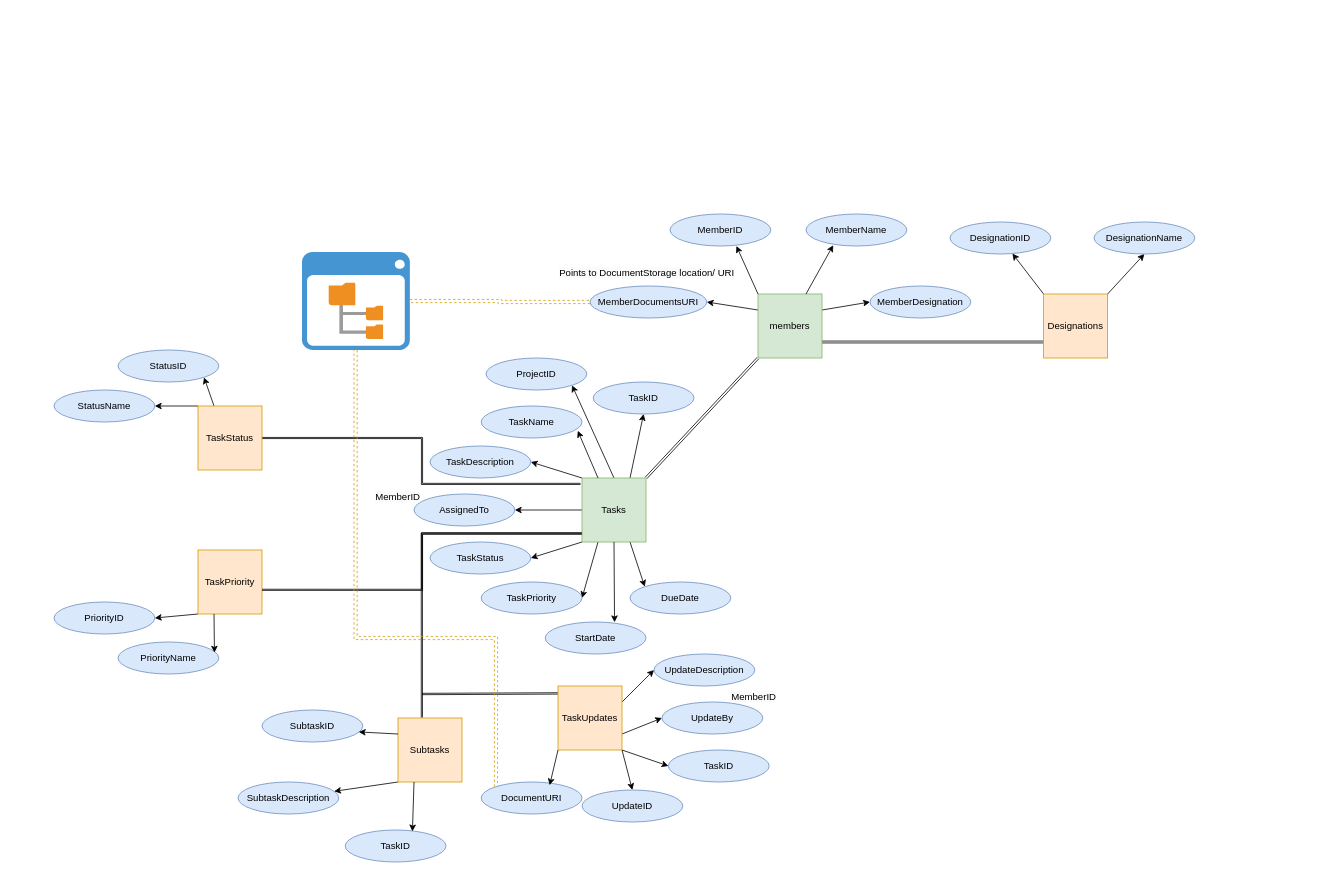
Above: UVERP.drawio in last-brain-cell/draw.io_drawings (draw.io), before the change. Source tidied: cells renumbered, new cells numbered last; positions are measured from the earlier drawing's top-left corner, leaving out a move shared by most shapes. Both pictures are drawn from the tidied source at 80%, with x=0, y=0 at pixel (54, 214).
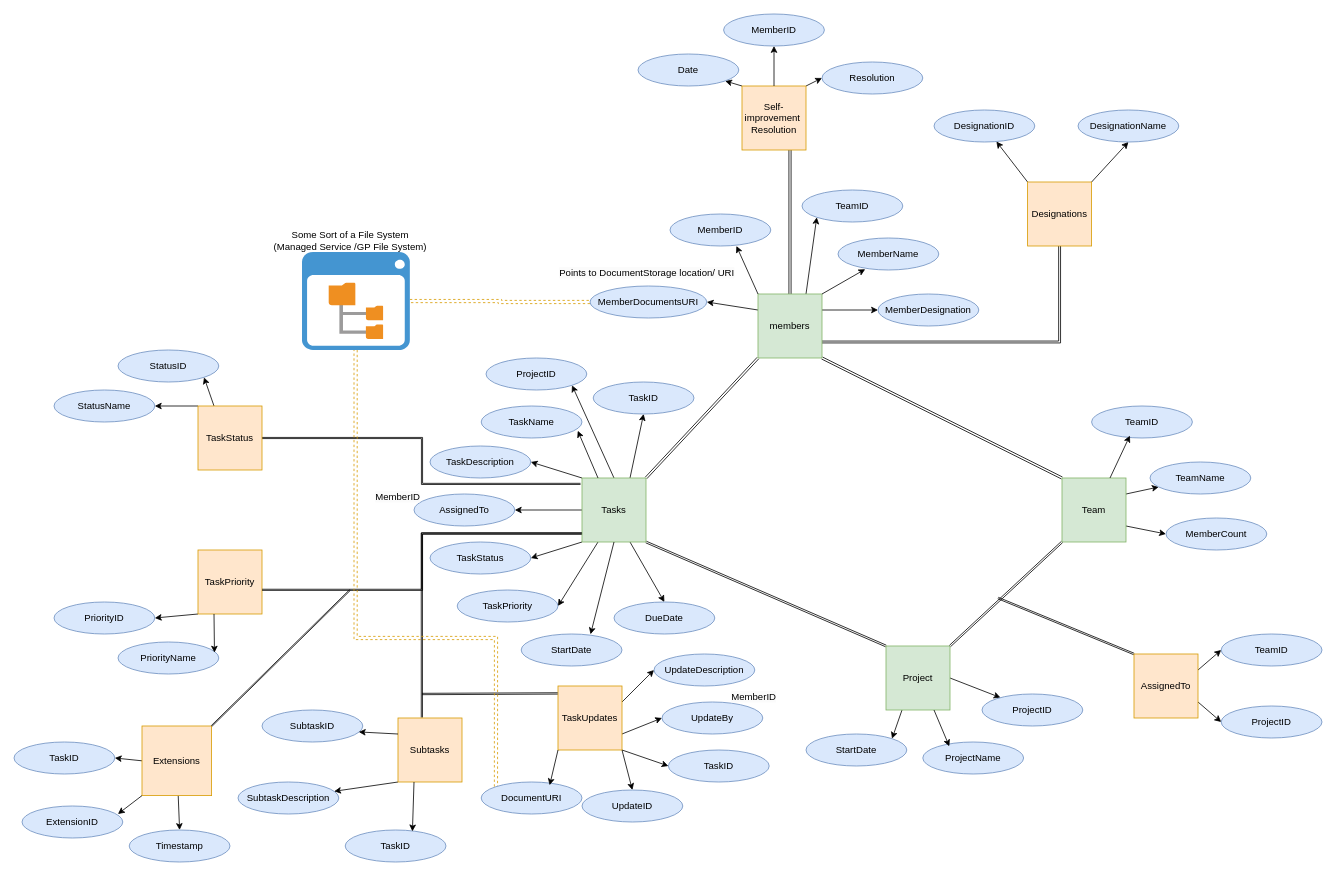
After the change.

The change refers to these unchanged cells:
```xml
<mxCell id="6" value="members" style="whiteSpace=wrap;html=1;fillColor=#d5e8d4;strokeColor=#82b366;" parent="1" vertex="1">
  <mxGeometry x="880" y="100" width="80" height="80" as="geometry" />
</mxCell>
<mxCell id="29" value="Tasks" style="whiteSpace=wrap;html=1;fillColor=#d5e8d4;strokeColor=#82b366;" parent="1" vertex="1">
  <mxGeometry x="660" y="330" width="80" height="80" as="geometry" />
</mxCell>
```

Change to the diagram source:
```diff
@@
-    <mxCell id="4" style="rounded=0;jettySize=auto;html=1;exitX=1;exitY=0.75;exitDx=0;exitDy=0;entryX=0;entryY=0.75;entryDx=0;entryDy=0;shape=link;strokeColor=default;width=2.3809523809523796;" parent="1" edge="1" source="6" target="16">
-      <mxGeometry relative="1" as="geometry" />
+    <mxCell id="4" style="rounded=0;jettySize=auto;html=1;exitX=1;exitY=0.75;exitDx=0;exitDy=0;entryX=0.5;entryY=1;entryDx=0;entryDy=0;shape=link;strokeColor=default;width=2.3809523809523796;edgeStyle=orthogonalEdgeStyle;" parent="1" edge="1" source="6" target="16">
+      <mxGeometry relative="1" as="geometry">
+        <Array as="points">
+          <mxPoint x="1257" y="160" />
+        </Array>
+      </mxGeometry>
     </mxCell>
@@
+    <mxCell id="76" style="edgeStyle=orthogonalEdgeStyle;rounded=0;jettySize=auto;html=1;exitX=0.5;exitY=0;exitDx=0;exitDy=0;entryX=0.75;entryY=1;entryDx=0;entryDy=0;shape=link;width=2.7272727272727266;" parent="1" edge="1" source="6" target="84">
+      <mxGeometry relative="1" as="geometry">
+        <Array as="points">
+          <mxPoint x="920" y="-80" />
+        </Array>
+      </mxGeometry>
+    </mxCell>
+    <mxCell id="77" style="rounded=0;jettySize=auto;html=1;exitX=0.75;exitY=0;exitDx=0;exitDy=0;entryX=0;entryY=1;entryDx=0;entryDy=0;" parent="1" edge="1" source="6" target="115">
+      <mxGeometry relative="1" as="geometry" />
+    </mxCell>
+    <mxCell id="78" style="rounded=0;jettySize=auto;html=1;exitX=1;exitY=1;exitDx=0;exitDy=0;entryX=0;entryY=0;entryDx=0;entryDy=0;shape=link;width=-2.7272727272727275;" parent="1" edge="1" source="6" target="100">
+      <mxGeometry relative="1" as="geometry" />
+    </mxCell>
@@
     <mxCell id="8" value="MemberName" style="ellipse;whiteSpace=wrap;html=1;fillColor=#dae8fc;strokeColor=#6c8ebf;" parent="1" vertex="1">
-      <mxGeometry x="940" width="126" height="40" as="geometry" />
+      <mxGeometry x="980" y="30" width="126" height="40" as="geometry" />
     </mxCell>
     <mxCell id="9" value="MemberDesignation" style="ellipse;whiteSpace=wrap;html=1;fillColor=#dae8fc;strokeColor=#6c8ebf;" parent="1" vertex="1">
-      <mxGeometry x="1020" y="90" width="126" height="40" as="geometry" />
+      <mxGeometry x="1030" y="100" width="126" height="40" as="geometry" />
     </mxCell>
@@
-    <mxCell id="11" value="MemberDocumentsURI" style="ellipse;whiteSpace=wrap;html=1;fillColor=#dae8fc;strokeColor=#6c8ebf;" parent="1" vertex="1">
-      <mxGeometry x="670" y="90" width="146" height="40" as="geometry" />
-    </mxCell>
@@
-    <mxCell id="13" style="rounded=0;jettySize=auto;html=1;exitX=0.75;exitY=0;exitDx=0;exitDy=0;entryX=0.27;entryY=0.975;entryDx=0;entryDy=0;entryPerimeter=0;" parent="1" edge="1" source="6" target="8">
+    <mxCell id="13" style="rounded=0;jettySize=auto;html=1;exitX=1;exitY=0;exitDx=0;exitDy=0;entryX=0.27;entryY=0.975;entryDx=0;entryDy=0;entryPerimeter=0;" parent="1" edge="1" source="6" target="8">
       <mxGeometry relative="1" as="geometry" />
     </mxCell>
@@
     <mxCell id="16" value="Designations" style="whiteSpace=wrap;html=1;fillColor=#ffe6cc;strokeColor=#d79b00;" parent="1" vertex="1">
-      <mxGeometry x="1237" y="100" width="80" height="80" as="geometry" />
+      <mxGeometry x="1217" y="-40" width="80" height="80" as="geometry" />
     </mxCell>
     <mxCell id="17" value="DesignationID" style="ellipse;whiteSpace=wrap;html=1;fillColor=#dae8fc;strokeColor=#6c8ebf;" parent="1" vertex="1">
-      <mxGeometry x="1120" y="10" width="126" height="40" as="geometry" />
+      <mxGeometry x="1100" y="-130" width="126" height="40" as="geometry" />
     </mxCell>
     <mxCell id="18" value="DesignationName" style="ellipse;whiteSpace=wrap;html=1;fillColor=#dae8fc;strokeColor=#6c8ebf;" parent="1" vertex="1">
-      <mxGeometry x="1300" y="10" width="126" height="40" as="geometry" />
+      <mxGeometry x="1280" y="-130" width="126" height="40" as="geometry" />
     </mxCell>
-    <mxCell id="19" value="&lt;span style=&quot;color: rgb(0, 0, 0); font-family: Helvetica; font-size: 12px; font-style: normal; font-variant-ligatures: normal; font-variant-caps: normal; font-weight: 400; letter-spacing: normal; orphans: 2; text-align: center; text-indent: 0px; text-transform: none; widows: 2; word-spacing: 0px; -webkit-text-stroke-width: 0px; white-space: normal; background-color: rgb(251, 251, 251); text-decoration-thickness: initial; text-decoration-style: initial; text-decoration-color: initial; display: inline !important; float: none;&quot;&gt;Points to DocumentStorage location/ URI&lt;/span&gt;" style="text;whiteSpace=wrap;html=1;" parent="1" vertex="1">
-      <mxGeometry x="630" y="60" width="230" height="40" as="geometry" />
-    </mxCell>
@@
-    <mxCell id="26" style="rounded=0;jettySize=auto;html=1;exitX=0.75;exitY=1;exitDx=0;exitDy=0;entryX=0;entryY=0;entryDx=0;entryDy=0;" parent="1" edge="1" source="29" target="36">
+    <mxCell id="26" style="rounded=0;jettySize=auto;html=1;exitX=0.75;exitY=1;exitDx=0;exitDy=0;entryX=0.5;entryY=0;entryDx=0;entryDy=0;" parent="1" edge="1" source="29" target="36">
       <mxGeometry relative="1" as="geometry" />
     </mxCell>
@@
+    <mxCell id="79" style="rounded=0;jettySize=auto;html=1;exitX=1;exitY=1;exitDx=0;exitDy=0;entryX=0;entryY=0;entryDx=0;entryDy=0;shape=link;width=-2.1428571428571423;" parent="1" edge="1" source="29" target="105">
+      <mxGeometry relative="1" as="geometry" />
+    </mxCell>
@@
     <mxCell id="33" value="TaskPriority" style="ellipse;whiteSpace=wrap;html=1;fillColor=#dae8fc;strokeColor=#6c8ebf;" parent="1" vertex="1">
-      <mxGeometry x="534" y="460" width="126" height="40" as="geometry" />
+      <mxGeometry x="504" y="470" width="126" height="40" as="geometry" />
     </mxCell>
-    <mxCell id="34" value="AssignedTo" style="ellipse;whiteSpace=wrap;html=1;fillColor=#dae8fc;strokeColor=#6c8ebf;" parent="1" vertex="1">
-      <mxGeometry x="450" y="350" width="126" height="40" as="geometry" />
-    </mxCell>
     <mxCell id="35" value="StartDate" style="ellipse;whiteSpace=wrap;html=1;fillColor=#dae8fc;strokeColor=#6c8ebf;" parent="1" vertex="1">
-      <mxGeometry x="614" y="510" width="126" height="40" as="geometry" />
+      <mxGeometry x="584" y="525" width="126" height="40" as="geometry" />
     </mxCell>
     <mxCell id="36" value="DueDate" style="ellipse;whiteSpace=wrap;html=1;fillColor=#dae8fc;strokeColor=#6c8ebf;" parent="1" vertex="1">
-      <mxGeometry x="720" y="460" width="126" height="40" as="geometry" />
+      <mxGeometry x="700" y="485" width="126" height="40" as="geometry" />
     </mxCell>
@@
-    <mxCell id="38" value="&lt;span style=&quot;color: rgb(0, 0, 0); font-family: Helvetica; font-size: 12px; font-style: normal; font-variant-ligatures: normal; font-variant-caps: normal; font-weight: 400; letter-spacing: normal; orphans: 2; text-align: center; text-indent: 0px; text-transform: none; widows: 2; word-spacing: 0px; -webkit-text-stroke-width: 0px; white-space: normal; background-color: rgb(251, 251, 251); text-decoration-thickness: initial; text-decoration-style: initial; text-decoration-color: initial; display: inline !important; float: none;&quot;&gt;MemberID&lt;/span&gt;" style="text;whiteSpace=wrap;html=1;" parent="1" vertex="1">
-      <mxGeometry x="400" y="340" width="90" height="40" as="geometry" />
-    </mxCell>
@@
+    <mxCell id="80" style="group;" parent="1" vertex="1">
+      <mxGeometry x="630" y="60" width="230" height="70" as="geometry" />
+    </mxCell>
+    <mxCell id="11" value="MemberDocumentsURI" style="ellipse;whiteSpace=wrap;html=1;fillColor=#dae8fc;strokeColor=#6c8ebf;" parent="80" vertex="1">
+      <mxGeometry x="40" y="30" width="146" height="40" as="geometry" />
+    </mxCell>
+    <mxCell id="19" value="&lt;span style=&quot;color: rgb(0, 0, 0); font-family: Helvetica; font-size: 12px; font-style: normal; font-variant-ligatures: normal; font-variant-caps: normal; font-weight: 400; letter-spacing: normal; orphans: 2; text-align: center; text-indent: 0px; text-transform: none; widows: 2; word-spacing: 0px; -webkit-text-stroke-width: 0px; white-space: normal; background-color: rgb(251, 251, 251); text-decoration-thickness: initial; text-decoration-style: initial; text-decoration-color: initial; display: inline !important; float: none;&quot;&gt;Points to DocumentStorage location/ URI&lt;/span&gt;" style="text;whiteSpace=wrap;html=1;" parent="80" vertex="1">
+      <mxGeometry width="230" height="40" as="geometry" />
+    </mxCell>
+    <mxCell id="81" style="group;" parent="1" vertex="1">
+      <mxGeometry x="400" y="340" width="176" height="50" as="geometry" />
+    </mxCell>
+    <mxCell id="34" value="AssignedTo" style="ellipse;whiteSpace=wrap;html=1;fillColor=#dae8fc;strokeColor=#6c8ebf;" parent="81" vertex="1">
+      <mxGeometry x="50" y="10" width="126" height="40" as="geometry" />
+    </mxCell>
+    <mxCell id="38" value="&lt;span style=&quot;color: rgb(0, 0, 0); font-family: Helvetica; font-size: 12px; font-style: normal; font-variant-ligatures: normal; font-variant-caps: normal; font-weight: 400; letter-spacing: normal; orphans: 2; text-align: center; text-indent: 0px; text-transform: none; widows: 2; word-spacing: 0px; -webkit-text-stroke-width: 0px; white-space: normal; background-color: rgb(251, 251, 251); text-decoration-thickness: initial; text-decoration-style: initial; text-decoration-color: initial; display: inline !important; float: none;&quot;&gt;MemberID&lt;/span&gt;" style="text;whiteSpace=wrap;html=1;" parent="81" vertex="1">
+      <mxGeometry width="90" height="40" as="geometry" />
+    </mxCell>
+    <mxCell id="82" style="rounded=0;jettySize=auto;html=1;exitX=0;exitY=0;exitDx=0;exitDy=0;" parent="1" edge="1" source="84" target="86">
+      <mxGeometry relative="1" as="geometry" />
+    </mxCell>
+    <mxCell id="83" style="rounded=0;jettySize=auto;html=1;exitX=1;exitY=0;exitDx=0;exitDy=0;entryX=0;entryY=0.5;entryDx=0;entryDy=0;" parent="1" edge="1" source="84" target="87">
+      <mxGeometry relative="1" as="geometry" />
+    </mxCell>
+    <mxCell id="84" value="Self-improvement&amp;nbsp; Resolution" style="whiteSpace=wrap;html=1;fillColor=#ffe6cc;strokeColor=#d79b00;" parent="1" vertex="1">
+      <mxGeometry x="860" y="-160" width="80" height="80" as="geometry" />
+    </mxCell>
+    <mxCell id="85" value="MemberID" style="ellipse;whiteSpace=wrap;html=1;fillColor=#dae8fc;strokeColor=#6c8ebf;" parent="1" vertex="1">
+      <mxGeometry x="837" y="-250" width="126" height="40" as="geometry" />
+    </mxCell>
+    <mxCell id="86" value="Date" style="ellipse;whiteSpace=wrap;html=1;fillColor=#dae8fc;strokeColor=#6c8ebf;" parent="1" vertex="1">
+      <mxGeometry x="730" y="-200" width="126" height="40" as="geometry" />
+    </mxCell>
+    <mxCell id="87" value="Resolution" style="ellipse;whiteSpace=wrap;html=1;fillColor=#dae8fc;strokeColor=#6c8ebf;" parent="1" vertex="1">
+      <mxGeometry x="960" y="-190" width="126" height="40" as="geometry" />
+    </mxCell>
+    <mxCell id="88" style="rounded=0;jettySize=auto;html=1;exitX=0.5;exitY=0;exitDx=0;exitDy=0;entryX=0.5;entryY=1;entryDx=0;entryDy=0;" parent="1" edge="1" source="84" target="85">
+      <mxGeometry relative="1" as="geometry" />
+    </mxCell>
+    <mxCell id="89" style="rounded=0;jettySize=auto;html=1;exitX=0;exitY=0.5;exitDx=0;exitDy=0;entryX=1;entryY=0.5;entryDx=0;entryDy=0;" parent="1" edge="1" source="91" target="92">
+      <mxGeometry relative="1" as="geometry" />
+    </mxCell>
+    <mxCell id="90" style="rounded=0;jettySize=auto;html=1;entryX=0.5;entryY=0;entryDx=0;entryDy=0;" parent="1" edge="1" source="91" target="94">
+      <mxGeometry relative="1" as="geometry" />
+    </mxCell>
+    <mxCell id="91" value="Extensions" style="whiteSpace=wrap;html=1;fillColor=#ffe6cc;strokeColor=#d79b00;" parent="1" vertex="1">
+      <mxGeometry x="110" y="640" width="87" height="87" as="geometry" />
+    </mxCell>
+    <mxCell id="92" value="TaskID" style="ellipse;whiteSpace=wrap;html=1;fillColor=#dae8fc;strokeColor=#6c8ebf;" parent="1" vertex="1">
+      <mxGeometry x="-50" y="660" width="126" height="40" as="geometry" />
+    </mxCell>
+    <mxCell id="93" value="ExtensionID" style="ellipse;whiteSpace=wrap;html=1;fillColor=#dae8fc;strokeColor=#6c8ebf;" parent="1" vertex="1">
+      <mxGeometry x="-40" y="740" width="126" height="40" as="geometry" />
+    </mxCell>
+    <mxCell id="94" value="Timestamp" style="ellipse;whiteSpace=wrap;html=1;fillColor=#dae8fc;strokeColor=#6c8ebf;" parent="1" vertex="1">
+      <mxGeometry x="94" y="770" width="126" height="40" as="geometry" />
+    </mxCell>
+    <mxCell id="95" style="rounded=0;jettySize=auto;html=1;exitX=0;exitY=1;exitDx=0;exitDy=0;entryX=0.952;entryY=0.25;entryDx=0;entryDy=0;entryPerimeter=0;" parent="1" edge="1" source="91" target="93">
+      <mxGeometry relative="1" as="geometry" />
+    </mxCell>
+    <mxCell id="96" style="endArrow=none;html=1;rounded=0;exitX=1;exitY=0;exitDx=0;exitDy=0;shape=link;width=-1.25;" parent="1" edge="1" source="91">
+      <mxGeometry relative="1" as="geometry">
+        <mxPoint x="370" y="470" as="targetPoint" />
+      </mxGeometry>
+    </mxCell>
+    <mxCell id="97" value="Some Sort of a File System&lt;div&gt;(Managed Service /GP File System)&lt;/div&gt;" style="text;html=1;align=center;verticalAlign=middle;strokeColor=none;fillColor=none;" parent="1" vertex="1">
+      <mxGeometry x="265" y="13" width="210" height="40" as="geometry" />
+    </mxCell>
+    <mxCell id="98" style="rounded=0;jettySize=auto;html=1;exitX=1;exitY=0.25;exitDx=0;exitDy=0;" parent="1" edge="1" source="100" target="102">
+      <mxGeometry relative="1" as="geometry" />
+    </mxCell>
+    <mxCell id="99" style="rounded=0;jettySize=auto;html=1;exitX=1;exitY=0.75;exitDx=0;exitDy=0;entryX=0;entryY=0.5;entryDx=0;entryDy=0;" parent="1" edge="1" source="100" target="116">
+      <mxGeometry relative="1" as="geometry" />
+    </mxCell>
+    <mxCell id="100" value="Team" style="whiteSpace=wrap;html=1;fillColor=#d5e8d4;strokeColor=#82b366;" parent="1" vertex="1">
+      <mxGeometry x="1260" y="330" width="80" height="80" as="geometry" />
+    </mxCell>
+    <mxCell id="101" value="TeamID" style="ellipse;whiteSpace=wrap;html=1;fillColor=#dae8fc;strokeColor=#6c8ebf;" parent="1" vertex="1">
+      <mxGeometry x="1297" y="240" width="126" height="40" as="geometry" />
+    </mxCell>
+    <mxCell id="102" value="TeamName" style="ellipse;whiteSpace=wrap;html=1;fillColor=#dae8fc;strokeColor=#6c8ebf;" parent="1" vertex="1">
+      <mxGeometry x="1370" y="310" width="126" height="40" as="geometry" />
+    </mxCell>
+    <mxCell id="103" style="rounded=0;jettySize=auto;html=1;exitX=1;exitY=0.5;exitDx=0;exitDy=0;" parent="1" edge="1" source="105" target="107">
+      <mxGeometry relative="1" as="geometry" />
+    </mxCell>
+    <mxCell id="104" style="rounded=0;jettySize=auto;html=1;exitX=0.25;exitY=1;exitDx=0;exitDy=0;entryX=1;entryY=0;entryDx=0;entryDy=0;" parent="1" edge="1" source="105" target="119">
+      <mxGeometry relative="1" as="geometry" />
+    </mxCell>
+    <mxCell id="105" value="Project" style="whiteSpace=wrap;html=1;fillColor=#d5e8d4;strokeColor=#82b366;" parent="1" vertex="1">
+      <mxGeometry x="1040" y="540" width="80" height="80" as="geometry" />
+    </mxCell>
+    <mxCell id="106" style="rounded=0;jettySize=auto;html=1;exitX=0;exitY=1;exitDx=0;exitDy=0;entryX=1;entryY=0;entryDx=0;entryDy=0;shape=link;width=-2.1428571428571423;" parent="1" edge="1" source="100" target="105">
+      <mxGeometry relative="1" as="geometry" />
+    </mxCell>
+    <mxCell id="107" value="ProjectID" style="ellipse;whiteSpace=wrap;html=1;fillColor=#dae8fc;strokeColor=#6c8ebf;" parent="1" vertex="1">
+      <mxGeometry x="1160" y="600" width="126" height="40" as="geometry" />
+    </mxCell>
+    <mxCell id="108" value="ProjectName" style="ellipse;whiteSpace=wrap;html=1;fillColor=#dae8fc;strokeColor=#6c8ebf;" parent="1" vertex="1">
+      <mxGeometry x="1086" y="660" width="126" height="40" as="geometry" />
+    </mxCell>
+    <mxCell id="109" style="endArrow=none;html=1;rounded=0;entryX=0;entryY=0;entryDx=0;entryDy=0;shape=link;width=-1.851851851851853;" parent="1" edge="1" target="112">
+      <mxGeometry relative="1" as="geometry">
+        <mxPoint x="1180" y="480" as="sourcePoint" />
+      </mxGeometry>
+    </mxCell>
+    <mxCell id="110" style="rounded=0;jettySize=auto;html=1;exitX=1;exitY=0.25;exitDx=0;exitDy=0;entryX=0;entryY=0.5;entryDx=0;entryDy=0;" parent="1" edge="1" source="112" target="117">
+      <mxGeometry relative="1" as="geometry" />
+    </mxCell>
+    <mxCell id="111" style="rounded=0;jettySize=auto;html=1;exitX=1;exitY=0.75;exitDx=0;exitDy=0;entryX=0;entryY=0.5;entryDx=0;entryDy=0;" parent="1" edge="1" source="112" target="118">
+      <mxGeometry relative="1" as="geometry" />
+    </mxCell>
+    <mxCell id="112" value="AssignedTo" style="whiteSpace=wrap;html=1;fillColor=#ffe6cc;strokeColor=#d79b00;" parent="1" vertex="1">
+      <mxGeometry x="1350" y="550" width="80" height="80" as="geometry" />
+    </mxCell>
+    <mxCell id="113" style="rounded=0;jettySize=auto;html=1;exitX=0.75;exitY=0;exitDx=0;exitDy=0;entryX=0.38;entryY=0.926;entryDx=0;entryDy=0;entryPerimeter=0;" parent="1" edge="1" source="100" target="101">
+      <mxGeometry relative="1" as="geometry" />
+    </mxCell>
+    <mxCell id="114" style="rounded=0;jettySize=auto;html=1;exitX=0.75;exitY=1;exitDx=0;exitDy=0;entryX=0.263;entryY=0.135;entryDx=0;entryDy=0;entryPerimeter=0;" parent="1" edge="1" source="105" target="108">
+      <mxGeometry relative="1" as="geometry" />
+    </mxCell>
+    <mxCell id="115" value="TeamID" style="ellipse;whiteSpace=wrap;html=1;fillColor=#dae8fc;strokeColor=#6c8ebf;" parent="1" vertex="1">
+      <mxGeometry x="935" y="-30" width="126" height="40" as="geometry" />
+    </mxCell>
+    <mxCell id="116" value="MemberCount" style="ellipse;whiteSpace=wrap;html=1;fillColor=#dae8fc;strokeColor=#6c8ebf;" parent="1" vertex="1">
+      <mxGeometry x="1390" y="380" width="126" height="40" as="geometry" />
+    </mxCell>
+    <mxCell id="117" value="TeamID" style="ellipse;whiteSpace=wrap;html=1;fillColor=#dae8fc;strokeColor=#6c8ebf;" parent="1" vertex="1">
+      <mxGeometry x="1459" y="525" width="126" height="40" as="geometry" />
+    </mxCell>
+    <mxCell id="118" value="ProjectID" style="ellipse;whiteSpace=wrap;html=1;fillColor=#dae8fc;strokeColor=#6c8ebf;" parent="1" vertex="1">
+      <mxGeometry x="1459" y="615" width="126" height="40" as="geometry" />
+    </mxCell>
+    <mxCell id="119" value="StartDate" style="ellipse;whiteSpace=wrap;html=1;fillColor=#dae8fc;strokeColor=#6c8ebf;" parent="1" vertex="1">
+      <mxGeometry x="940" y="650" width="126" height="40" as="geometry" />
+    </mxCell>
```
